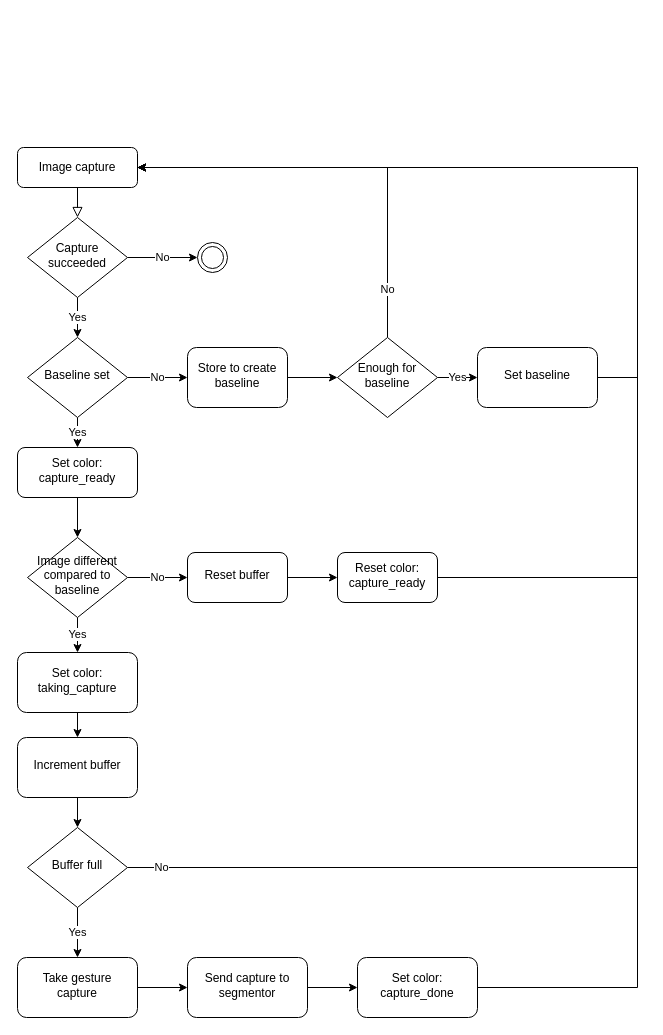
Above: flow_diagram.drawio in GreatSharky/CoHSCI (draw.io), before the change. Source tidied: cells renumbered, new cells numbered last; positions are measured from the earlier drawing's top-left corner, leaving out a move shared by most shapes. Both pictures are drawn from the tidied source at 100%, with x=0, y=0 at pixel (17, 147).
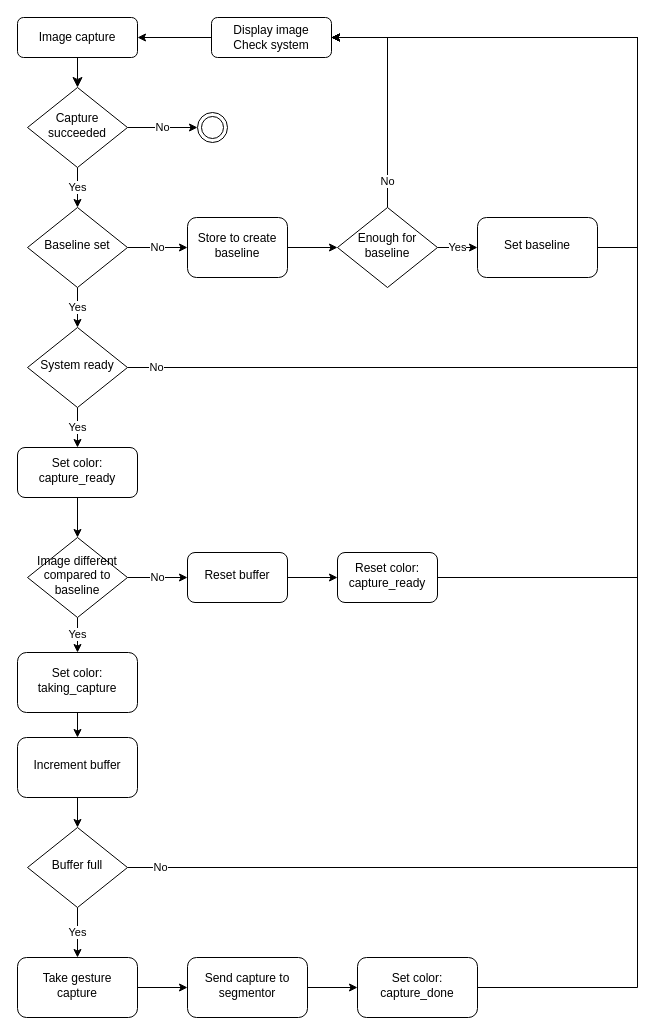
After the change.

The change refers to these unchanged cells:
```xml
<mxCell id="24" value="Reset color: capture_ready" style="rounded=1;whiteSpace=wrap;html=1;shadow=0;strokeWidth=1;spacing=6;spacingTop=-4;" parent="1" vertex="1">
  <mxGeometry x="320" y="405" width="100" height="50" as="geometry" />
</mxCell>
<mxCell id="26" value="Set color: capture_ready" style="rounded=1;whiteSpace=wrap;html=1;shadow=0;strokeWidth=1;spacing=6;spacingTop=-4;" parent="1" vertex="1">
  <mxGeometry y="300" width="120" height="50" as="geometry" />
</mxCell>
<mxCell id="33" value="Buffer full" style="rhombus;whiteSpace=wrap;html=1;shadow=0;fontFamily=Helvetica;fontSize=12;align=center;strokeWidth=1;spacing=6;spacingTop=-4;" parent="1" vertex="1">
  <mxGeometry x="10" y="680" width="100" height="80" as="geometry" />
</mxCell>
<mxCell id="39" value="Set color: capture_done" style="rounded=1;whiteSpace=wrap;html=1;shadow=0;strokeWidth=1;spacing=6;spacingTop=-4;" parent="1" vertex="1">
  <mxGeometry x="340" y="810" width="120" height="60" as="geometry" />
</mxCell>
```

Diff of the diagram source:
```diff
@@
-    <mxCell id="2" style="rounded=0;html=1;jettySize=auto;fontSize=11;endArrow=block;endFill=0;endSize=8;strokeWidth=1;shadow=0;labelBackgroundColor=none;edgeStyle=orthogonalEdgeStyle;" parent="1" edge="1" source="3" target="6">
+    <mxCell id="2" style="rounded=0;html=1;jettySize=auto;fontSize=11;endArrow=classic;endFill=1;endSize=8;strokeWidth=1;shadow=0;labelBackgroundColor=none;edgeStyle=orthogonalEdgeStyle;" parent="1" edge="1" source="3" target="6">
       <mxGeometry relative="1" as="geometry" />
     </mxCell>
     <mxCell id="3" value="Image capture" style="rounded=1;whiteSpace=wrap;html=1;fontSize=12;glass=0;strokeWidth=1;shadow=0;" parent="1" vertex="1">
-      <mxGeometry width="120" height="40" as="geometry" />
+      <mxGeometry y="-130" width="120" height="40" as="geometry" />
     </mxCell>
@@
     <mxCell id="6" value="Capture succeeded" style="rhombus;whiteSpace=wrap;html=1;shadow=0;fontFamily=Helvetica;fontSize=12;align=center;strokeWidth=1;spacing=6;spacingTop=-4;" parent="1" vertex="1">
-      <mxGeometry x="10" y="70" width="100" height="80" as="geometry" />
+      <mxGeometry x="10" y="-60" width="100" height="80" as="geometry" />
     </mxCell>
@@
-    <mxCell id="8" value="Yes" style="edgeStyle=orthogonalEdgeStyle;rounded=0;jettySize=auto;html=1;" parent="1" edge="1" source="9" target="26">
-      <mxGeometry relative="1" as="geometry" />
-    </mxCell>
+    <mxCell id="40" value="Yes" style="edgeStyle=orthogonalEdgeStyle;rounded=0;jettySize=auto;html=1;" parent="1" edge="1" source="9" target="45">
+      <mxGeometry relative="1" as="geometry" />
+    </mxCell>
     <mxCell id="9" value="Baseline set" style="rhombus;whiteSpace=wrap;html=1;shadow=0;fontFamily=Helvetica;fontSize=12;align=center;strokeWidth=1;spacing=6;spacingTop=-4;" parent="1" vertex="1">
-      <mxGeometry x="10" y="190" width="100" height="80" as="geometry" />
+      <mxGeometry x="10" y="60" width="100" height="80" as="geometry" />
     </mxCell>
@@
     <mxCell id="11" value="Store to create baseline" style="rounded=1;whiteSpace=wrap;html=1;shadow=0;strokeWidth=1;spacing=6;spacingTop=-4;" parent="1" vertex="1">
-      <mxGeometry x="170" y="200" width="100" height="60" as="geometry" />
+      <mxGeometry x="170" y="70" width="100" height="60" as="geometry" />
     </mxCell>
-    <mxCell id="12" value="No" style="edgeStyle=orthogonalEdgeStyle;rounded=0;jettySize=auto;html=1;" parent="1" edge="1" source="14" target="3">
+    <mxCell id="12" value="No" style="edgeStyle=orthogonalEdgeStyle;rounded=0;jettySize=auto;html=1;" parent="1" edge="1" source="14" target="42">
       <mxGeometry x="-0.77" relative="1" as="geometry">
         <Array as="points">
-          <mxPoint x="370" y="20" />
+          <mxPoint x="370" y="-110" />
+          <mxPoint x="220" y="-110" />
         </Array>
       </mxGeometry>
     </mxCell>
@@
     <mxCell id="14" value="Enough for baseline" style="rhombus;whiteSpace=wrap;html=1;shadow=0;fontFamily=Helvetica;fontSize=12;align=center;strokeWidth=1;spacing=6;spacingTop=-4;" parent="1" vertex="1">
-      <mxGeometry x="320" y="190" width="100" height="80" as="geometry" />
+      <mxGeometry x="320" y="60" width="100" height="80" as="geometry" />
     </mxCell>
-    <mxCell id="15" style="edgeStyle=orthogonalEdgeStyle;rounded=0;jettySize=auto;html=1;" parent="1" edge="1" source="16" target="3">
+    <mxCell id="15" style="edgeStyle=orthogonalEdgeStyle;rounded=0;jettySize=auto;html=1;" parent="1" edge="1" source="16" target="42">
       <mxGeometry relative="1" as="geometry">
         <Array as="points">
-          <mxPoint x="620" y="230" />
-          <mxPoint x="620" y="20" />
+          <mxPoint x="620" y="100" />
+          <mxPoint x="620" y="-110" />
         </Array>
       </mxGeometry>
     </mxCell>
     <mxCell id="16" value="Set baseline" style="rounded=1;whiteSpace=wrap;html=1;shadow=0;strokeWidth=1;spacing=6;spacingTop=-4;" parent="1" vertex="1">
-      <mxGeometry x="460" y="200" width="120" height="60" as="geometry" />
+      <mxGeometry x="460" y="70" width="120" height="60" as="geometry" />
     </mxCell>
@@
     <mxCell id="22" style="ellipse;shape=doubleEllipse;whiteSpace=wrap;html=1;fillColor=none;" parent="1" vertex="1">
-      <mxGeometry x="180" y="95" width="30" height="30" as="geometry" />
+      <mxGeometry x="180" y="-35" width="30" height="30" as="geometry" />
     </mxCell>
-    <mxCell id="23" style="edgeStyle=orthogonalEdgeStyle;rounded=0;jettySize=auto;html=1;" parent="1" edge="1" source="24" target="3">
+    <mxCell id="23" style="edgeStyle=orthogonalEdgeStyle;rounded=0;jettySize=auto;html=1;" parent="1" edge="1" source="24" target="42">
       <mxGeometry relative="1" as="geometry">
         <Array as="points">
           <mxPoint x="620" y="430" />
-          <mxPoint x="620" y="20" />
+          <mxPoint x="620" y="-110" />
         </Array>
       </mxGeometry>
     </mxCell>
@@
-    <mxCell id="31" value="No" style="edgeStyle=orthogonalEdgeStyle;rounded=0;jettySize=auto;html=1;" parent="1" edge="1" source="33" target="3">
+    <mxCell id="31" value="No" style="edgeStyle=orthogonalEdgeStyle;rounded=0;jettySize=auto;html=1;" parent="1" edge="1" source="33" target="42">
       <mxGeometry x="-0.96" relative="1" as="geometry">
         <Array as="points">
           <mxPoint x="620" y="720" />
-          <mxPoint x="620" y="20" />
+          <mxPoint x="620" y="-110" />
         </Array>
       </mxGeometry>
     </mxCell>
@@
-    <mxCell id="38" style="edgeStyle=orthogonalEdgeStyle;rounded=0;jettySize=auto;html=1;" parent="1" edge="1" source="39" target="3">
+    <mxCell id="38" style="edgeStyle=orthogonalEdgeStyle;rounded=0;jettySize=auto;html=1;" parent="1" edge="1" source="39" target="42">
       <mxGeometry relative="1" as="geometry">
         <Array as="points">
           <mxPoint x="620" y="840" />
-          <mxPoint x="620" y="20" />
+          <mxPoint x="620" y="-110" />
         </Array>
       </mxGeometry>
     </mxCell>
@@
+    <mxCell id="41" style="edgeStyle=orthogonalEdgeStyle;rounded=0;jettySize=auto;html=1;" parent="1" edge="1" source="42" target="3">
+      <mxGeometry relative="1" as="geometry" />
+    </mxCell>
+    <mxCell id="42" value="Display image&lt;div&gt;Check system&lt;/div&gt;" style="rounded=1;whiteSpace=wrap;html=1;fontSize=12;glass=0;strokeWidth=1;shadow=0;" parent="1" vertex="1">
+      <mxGeometry x="194" y="-130" width="120" height="40" as="geometry" />
+    </mxCell>
+    <mxCell id="43" value="Yes" style="edgeStyle=orthogonalEdgeStyle;rounded=0;jettySize=auto;html=1;" parent="1" edge="1" source="45" target="26">
+      <mxGeometry relative="1" as="geometry" />
+    </mxCell>
+    <mxCell id="44" value="No" style="edgeStyle=orthogonalEdgeStyle;rounded=0;jettySize=auto;html=1;" parent="1" edge="1" source="45" target="42">
+      <mxGeometry x="-0.95" relative="1" as="geometry">
+        <Array as="points">
+          <mxPoint x="620" y="220" />
+          <mxPoint x="620" y="-110" />
+        </Array>
+      </mxGeometry>
+    </mxCell>
+    <mxCell id="45" value="System ready" style="rhombus;whiteSpace=wrap;html=1;shadow=0;fontFamily=Helvetica;fontSize=12;align=center;strokeWidth=1;spacing=6;spacingTop=-4;" parent="1" vertex="1">
+      <mxGeometry x="10" y="180" width="100" height="80" as="geometry" />
+    </mxCell>
```
